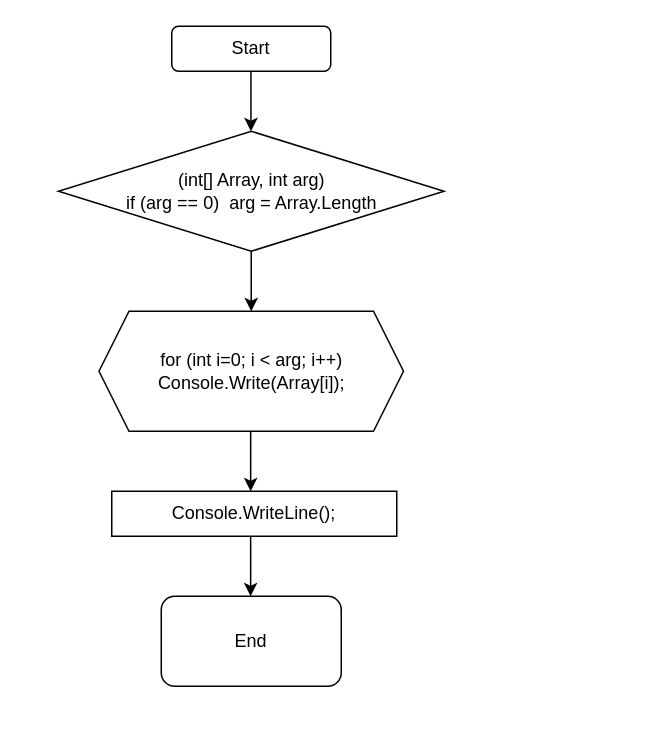
Earlier version of the draw.io diagram 2021/BlockDiagram/PrintArray_method.drawio (AbubakirovRA/FinalWork2021). Source tidied: cells renumbered, new cells numbered last; positions are measured from the earlier drawing's top-left corner, leaving out a move shared by most shapes. Both pictures are drawn from the tidied source at 150%, with x=0, y=0 at pixel (57, 26).
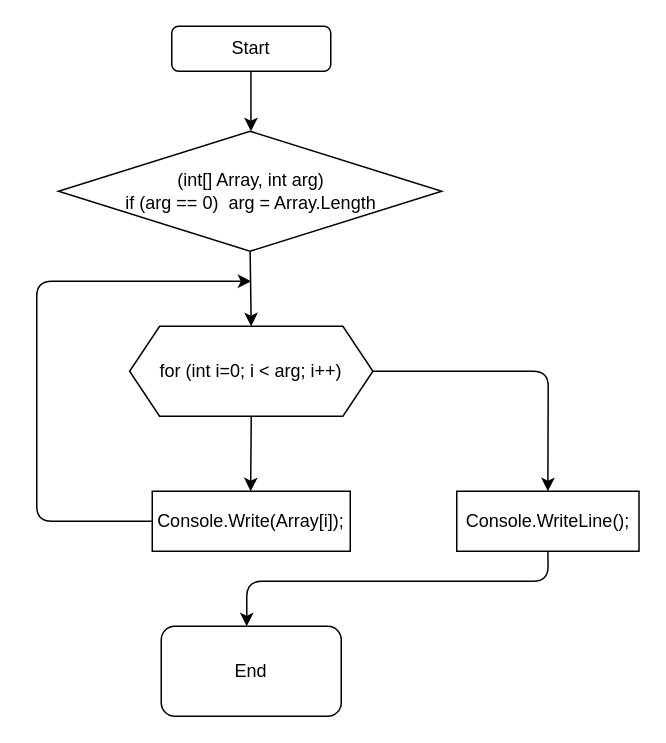
The same diagram, later.

Commit message (it also covers changes not shown here):
rename getevenintegers method fix diagrams bags

What changed in the source:
```diff
@@
     <mxCell id="4" value="(int[] Array, int arg)&lt;br&gt;if (arg == 0)&amp;nbsp; arg = Array.Length" style="rhombus;whiteSpace=wrap;html=1;" parent="1" vertex="1">
-      <mxGeometry x="0.5" y="70" width="257" height="80" as="geometry" />
+      <mxGeometry x="0.5" y="70" width="255.5" height="80" as="geometry" />
     </mxCell>
-    <mxCell id="5" style="endArrow=classic;html=1;exitX=0.5;exitY=1;exitDx=0;exitDy=0;" parent="1" edge="1" source="4">
-      <mxGeometry relative="1" as="geometry">
-        <mxPoint x="129" y="190" as="targetPoint" />
-      </mxGeometry>
+    <mxCell id="5" style="endArrow=classic;html=1;exitX=0.5;exitY=1;exitDx=0;exitDy=0;entryX=0.5;entryY=0;entryDx=0;entryDy=0;entryPerimeter=0;" parent="1" edge="1" source="4" target="6">
+      <mxGeometry relative="1" as="geometry" />
     </mxCell>
-    <mxCell id="6" value="for (int i=0; i &amp;lt; arg; i++)&lt;br&gt;Console.Write(Array[i]);" style="shape=hexagon;perimeter=hexagonPerimeter2;whiteSpace=wrap;html=1;fixedSize=1;" parent="1" vertex="1">
-      <mxGeometry x="27.5" y="190" width="203" height="80" as="geometry" />
+    <mxCell id="6" value="for (int i=0; i &amp;lt; arg; i++)" style="shape=hexagon;perimeter=hexagonPerimeter2;whiteSpace=wrap;html=1;fixedSize=1;" parent="1" vertex="1">
+      <mxGeometry x="47.9" y="200" width="162.2" height="60" as="geometry" />
     </mxCell>
-    <mxCell id="7" style="endArrow=classic;html=1;exitX=0.5;exitY=1;exitDx=0;exitDy=0;" parent="1" edge="1">
+    <mxCell id="7" style="endArrow=classic;html=1;exitX=0.5;exitY=1;exitDx=0;exitDy=0;" parent="1" edge="1" source="6">
       <mxGeometry relative="1" as="geometry">
-        <mxPoint x="128.6" y="270" as="sourcePoint" />
         <mxPoint x="128.6" y="310" as="targetPoint" />
       </mxGeometry>
     </mxCell>
     <mxCell id="8" value="&lt;span&gt;Console.WriteLine();&lt;/span&gt;" style="rounded=0;whiteSpace=wrap;html=1;" parent="1" vertex="1">
-      <mxGeometry x="36" y="310" width="190" height="30" as="geometry" />
+      <mxGeometry x="266" y="310" width="121.5" height="40" as="geometry" />
     </mxCell>
     <mxCell id="9" value="End" style="rounded=1;whiteSpace=wrap;html=1;" parent="1" vertex="1">
-      <mxGeometry x="69" y="380" width="120" height="60" as="geometry" />
+      <mxGeometry x="69" y="400" width="120" height="60" as="geometry" />
     </mxCell>
-    <mxCell id="10" style="endArrow=classic;html=1;exitX=0.5;exitY=1;exitDx=0;exitDy=0;" parent="1" edge="1">
+    <mxCell id="10" style="endArrow=classic;html=1;exitX=0.5;exitY=1;exitDx=0;exitDy=0;" parent="1" edge="1" source="8">
       <mxGeometry relative="1" as="geometry">
-        <mxPoint x="128.6" y="340" as="sourcePoint" />
-        <mxPoint x="128.6" y="380" as="targetPoint" />
+        <mxPoint x="126" y="400" as="targetPoint" />
+        <Array as="points">
+          <mxPoint x="327" y="370" />
+          <mxPoint x="126" y="370" />
+        </Array>
       </mxGeometry>
     </mxCell>
+    <mxCell id="11" value="&lt;span&gt;Console.Write(Array[i]);&lt;/span&gt;" style="rounded=0;whiteSpace=wrap;html=1;" parent="1" vertex="1">
+      <mxGeometry x="63" y="310" width="132" height="40" as="geometry" />
+    </mxCell>
+    <mxCell id="12" style="endArrow=classic;html=1;exitX=0;exitY=0.5;exitDx=0;exitDy=0;" parent="1" edge="1" source="11">
+      <mxGeometry relative="1" as="geometry">
+        <mxPoint x="129" y="170" as="targetPoint" />
+        <Array as="points">
+          <mxPoint x="-14" y="330" />
+          <mxPoint x="-14" y="170" />
+        </Array>
+      </mxGeometry>
+    </mxCell>
+    <mxCell id="13" style="endArrow=classic;html=1;entryX=0.5;entryY=0;entryDx=0;entryDy=0;exitX=1;exitY=0.5;exitDx=0;exitDy=0;" parent="1" edge="1" source="6" target="8">
+      <mxGeometry relative="1" as="geometry">
+        <Array as="points">
+          <mxPoint x="327" y="230" />
+        </Array>
+      </mxGeometry>
+    </mxCell>
```
